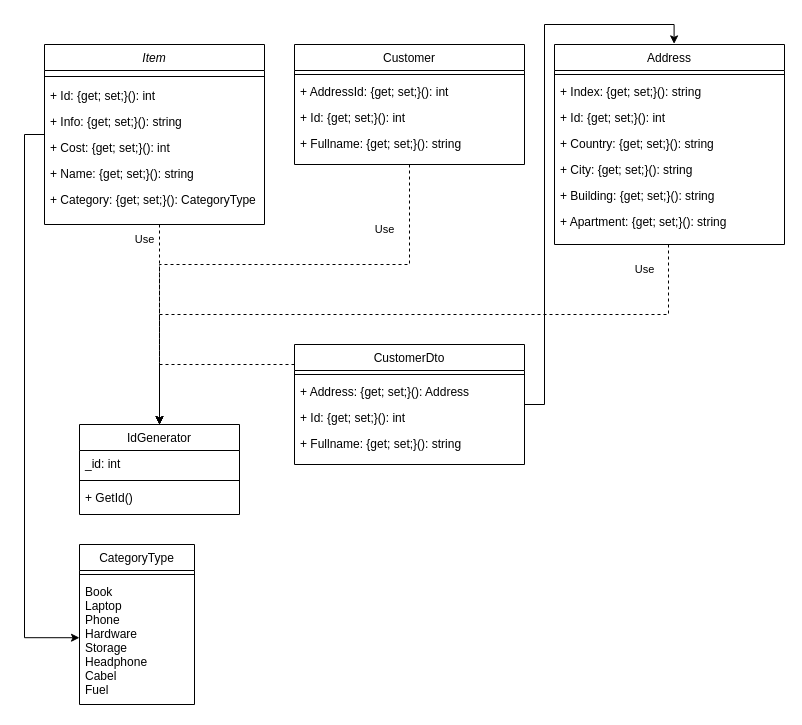
antoniocra04/oop-backend keeps this draw.io diagram as ClassDiagram.drawio. Above is the earlier version. Source tidied: cells renumbered, new cells numbered last; positions are measured from the earlier drawing's top-left corner, leaving out a move shared by most shapes. Both pictures are drawn from the tidied source at 100%, with x=0, y=0 at pixel (24, 24).
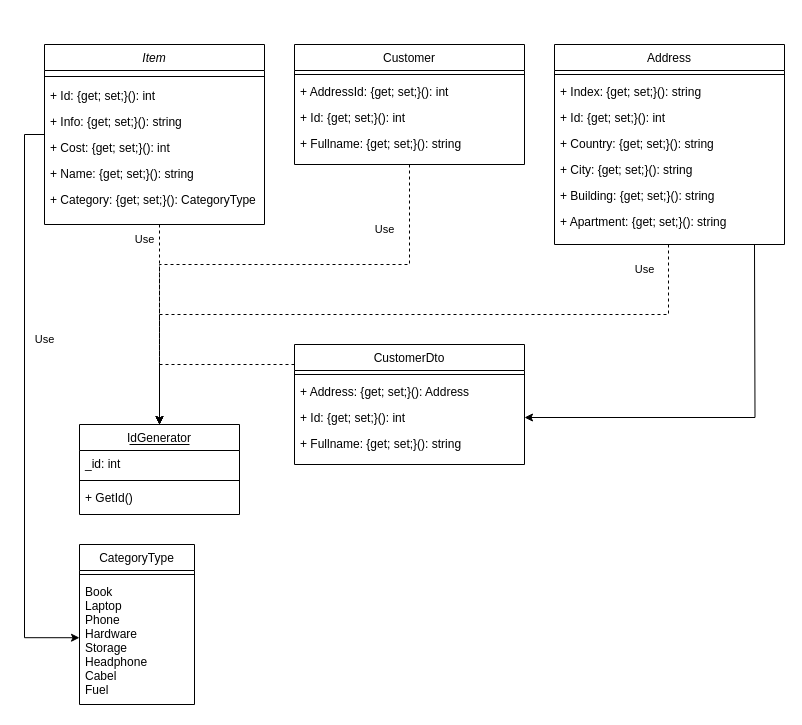
Above is the later version.

Unchanged cells that the change refers to:
```xml
<mxCell id="10" value="IdGenerator" style="swimlane;fontStyle=0;align=center;verticalAlign=top;horizontal=1;startSize=26;rounded=0;shadow=0;strokeWidth=1;" parent="1" vertex="1">
  <mxGeometry x="55" y="400" width="160" height="90" as="geometry" />
</mxCell>
<mxCell id="22" value="Address" style="swimlane;fontStyle=0;align=center;verticalAlign=top;horizontal=1;startSize=26;rounded=0;shadow=0;strokeWidth=1;" parent="1" vertex="1">
  <mxGeometry x="530" y="20" width="230" height="200" as="geometry" />
</mxCell>
<mxCell id="36" value="CustomerDto" style="swimlane;fontStyle=0;align=center;verticalAlign=top;horizontal=1;startSize=26;rounded=0;shadow=0;strokeWidth=1;" parent="1" vertex="1">
  <mxGeometry x="270" y="320" width="230" height="120" as="geometry" />
</mxCell>
<mxCell id="39" value="+ Id: {get; set;}(): int" style="text;align=left;verticalAlign=top;spacingLeft=4;spacingRight=4;overflow=hidden;points=[[0,0.5],[1,0.5]];portConstraint=eastwest;" parent="36" vertex="1">
  <mxGeometry y="60" width="230" height="26" as="geometry" />
</mxCell>
```

What changed in the source:
```diff
@@
+    <mxCell id="43" style="endArrow=none;html=1;rounded=0;" parent="10" edge="1">
+      <mxGeometry relative="1" as="geometry">
+        <mxPoint x="50" y="20" as="sourcePoint" />
+        <mxPoint x="110" y="20" as="targetPoint" />
+      </mxGeometry>
+    </mxCell>
@@
+    <mxCell id="44" style="edgeStyle=orthogonalEdgeStyle;rounded=0;jettySize=auto;html=1;entryX=1;entryY=0.5;entryDx=0;entryDy=0;" parent="1" edge="1" target="39">
+      <mxGeometry relative="1" as="geometry">
+        <mxPoint x="730" y="220" as="sourcePoint" />
+      </mxGeometry>
+    </mxCell>
@@
-    <mxCell id="41" style="edgeStyle=orthogonalEdgeStyle;rounded=0;jettySize=auto;html=1;entryX=0.52;entryY=-0.003;entryDx=0;entryDy=0;entryPerimeter=0;" parent="1" edge="1" source="36" target="22">
-      <mxGeometry relative="1" as="geometry">
-        <Array as="points">
-          <mxPoint x="520" y="380" />
-          <mxPoint x="520" />
-          <mxPoint x="650" />
-        </Array>
-      </mxGeometry>
-    </mxCell>
@@
+    <mxCell id="45" value="Use" style="text;html=1;align=center;verticalAlign=middle;strokeColor=none;fillColor=none;fontFamily=Helvetica;fontSize=11;fontColor=default;labelBackgroundColor=default;" parent="1" vertex="1">
+      <mxGeometry y="300" width="40" height="30" as="geometry" />
+    </mxCell>
```
